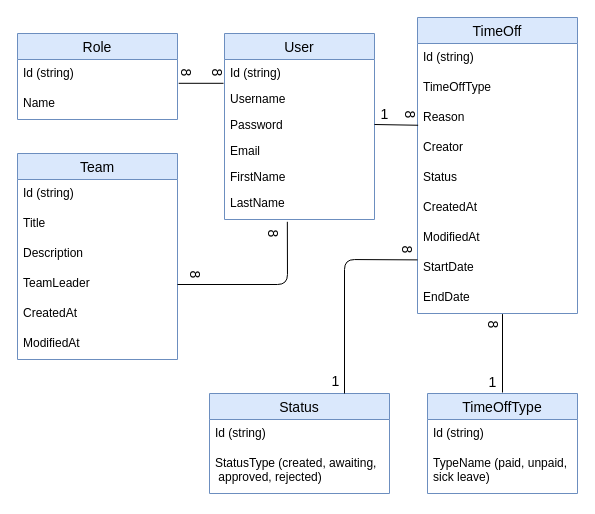
Above: Final Project/WorkforceManagement.drawio in todordiklich/ScaleFocus (draw.io), before the change. Source tidied: cells renumbered, new cells numbered last; positions are measured from the earlier drawing's top-left corner, leaving out a move shared by most shapes. Both pictures are drawn from the tidied source at 100%, with x=0, y=0 at pixel (17, 17).
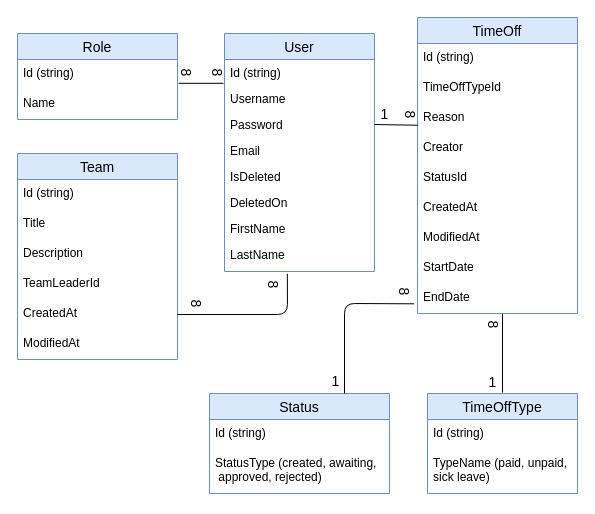
The same diagram, later.

Unchanged cells that the change refers to:
```xml
<mxCell id="9" value="Team" style="swimlane;fontStyle=0;horizontal=1;startSize=26;align=center;fontSize=14;fillColor=#dae8fc;strokeColor=#6c8ebf;" parent="1" vertex="1">
  <mxGeometry y="136" width="160" height="206" as="geometry" />
</mxCell>
<mxCell id="14" value="CreatedAt" style="text;strokeColor=none;fillColor=none;spacingLeft=4;spacingRight=4;overflow=hidden;points=[[0,0.5],[1,0.5]];portConstraint=eastwest;fontSize=12;" parent="9" vertex="1">
  <mxGeometry y="146" width="160" height="30" as="geometry" />
</mxCell>
<mxCell id="16" value="TimeOff" style="swimlane;fontStyle=0;horizontal=1;startSize=26;align=center;fontSize=14;fillColor=#dae8fc;strokeColor=#6c8ebf;" parent="1" vertex="1">
  <mxGeometry x="400" width="160" height="296" as="geometry" />
</mxCell>
<mxCell id="24" value="StartDate" style="text;strokeColor=none;fillColor=none;spacingLeft=4;spacingRight=4;overflow=hidden;points=[[0,0.5],[1,0.5]];portConstraint=eastwest;fontSize=12;" parent="16" vertex="1">
  <mxGeometry y="236" width="160" height="30" as="geometry" />
</mxCell>
<mxCell id="25" value="EndDate" style="text;strokeColor=none;fillColor=none;spacingLeft=4;spacingRight=4;overflow=hidden;points=[[0,0.5],[1,0.5]];portConstraint=eastwest;fontSize=12;" parent="16" vertex="1">
  <mxGeometry y="266" width="160" height="30" as="geometry" />
</mxCell>
<mxCell id="29" value="Status" style="swimlane;fontStyle=0;horizontal=1;startSize=26;align=center;fontSize=14;fillColor=#dae8fc;strokeColor=#6c8ebf;" parent="1" vertex="1">
  <mxGeometry x="192" y="376" width="180" height="100" as="geometry" />
</mxCell>
```

What changed in the source:
```diff
@@
     <mxCell id="2" value="User" style="swimlane;fontStyle=0;horizontal=1;startSize=26;fillColor=#dae8fc;verticalAlign=middle;fontSize=14;strokeColor=#6c8ebf;" parent="1" vertex="1">
-      <mxGeometry x="207" y="16" width="150" height="186" as="geometry" />
+      <mxGeometry x="207" y="16" width="150" height="238" as="geometry" />
     </mxCell>
@@
-    <mxCell id="7" value="FirstName" style="text;strokeColor=none;fillColor=none;align=left;verticalAlign=top;spacingLeft=4;spacingRight=4;overflow=hidden;" parent="2" vertex="1">
+    <mxCell id="7" value="IsDeleted" style="text;strokeColor=none;fillColor=none;align=left;verticalAlign=top;spacingLeft=4;spacingRight=4;overflow=hidden;" parent="2" vertex="1">
       <mxGeometry y="130" width="150" height="26" as="geometry" />
     </mxCell>
+    <mxCell id="50" value="DeletedOn" style="text;strokeColor=none;fillColor=none;align=left;verticalAlign=top;spacingLeft=4;spacingRight=4;overflow=hidden;" parent="2" vertex="1">
+      <mxGeometry y="156" width="150" height="26" as="geometry" />
+    </mxCell>
+    <mxCell id="51" value="FirstName" style="text;strokeColor=none;fillColor=none;align=left;verticalAlign=top;spacingLeft=4;spacingRight=4;overflow=hidden;" parent="2" vertex="1">
+      <mxGeometry y="182" width="150" height="26" as="geometry" />
+    </mxCell>
     <mxCell id="8" value="LastName" style="text;strokeColor=none;fillColor=none;align=left;verticalAlign=top;spacingLeft=4;spacingRight=4;overflow=hidden;points=[[0,0.5],[1,0.5]];portConstraint=eastwest;" parent="2" vertex="1">
-      <mxGeometry y="156" width="150" height="30" as="geometry" />
+      <mxGeometry y="208" width="150" height="30" as="geometry" />
     </mxCell>
@@
-    <mxCell id="13" value="TeamLeader" style="text;strokeColor=none;fillColor=none;spacingLeft=4;spacingRight=4;overflow=hidden;points=[[0,0.5],[1,0.5]];portConstraint=eastwest;fontSize=12;" parent="9" vertex="1">
+    <mxCell id="13" value="TeamLeaderId" style="text;strokeColor=none;fillColor=none;spacingLeft=4;spacingRight=4;overflow=hidden;points=[[0,0.5],[1,0.5]];portConstraint=eastwest;fontSize=12;" parent="9" vertex="1">
       <mxGeometry y="116" width="160" height="30" as="geometry" />
     </mxCell>
@@
-    <mxCell id="18" value="TimeOffType" style="text;strokeColor=none;fillColor=none;spacingLeft=4;spacingRight=4;overflow=hidden;fontSize=12;" parent="16" vertex="1">
+    <mxCell id="18" value="TimeOffTypeId" style="text;strokeColor=none;fillColor=none;spacingLeft=4;spacingRight=4;overflow=hidden;fontSize=12;" parent="16" vertex="1">
       <mxGeometry y="56" width="160" height="30" as="geometry" />
     </mxCell>
@@
-    <mxCell id="21" value="Status" style="text;strokeColor=none;fillColor=none;spacingLeft=4;spacingRight=4;overflow=hidden;fontSize=12;" parent="16" vertex="1">
+    <mxCell id="21" value="StatusId" style="text;strokeColor=none;fillColor=none;spacingLeft=4;spacingRight=4;overflow=hidden;fontSize=12;" parent="16" vertex="1">
       <mxGeometry y="146" width="160" height="30" as="geometry" />
     </mxCell>
@@
-    <mxCell id="35" style="endArrow=none;html=1;fontSize=12;exitX=1;exitY=0.5;exitDx=0;exitDy=0;entryX=0.419;entryY=1.077;entryDx=0;entryDy=0;entryPerimeter=0;" parent="1" edge="1" source="13" target="8">
+    <mxCell id="35" style="endArrow=none;html=1;fontSize=12;exitX=1;exitY=0.5;exitDx=0;exitDy=0;entryX=0.419;entryY=1.077;entryDx=0;entryDy=0;entryPerimeter=0;" parent="1" edge="1" source="14" target="8">
       <mxGeometry relative="1" as="geometry">
         <Array as="points">
-          <mxPoint x="270" y="267" />
+          <mxPoint x="270" y="297" />
         </Array>
       </mxGeometry>
     </mxCell>
-    <mxCell id="36" style="endArrow=none;html=1;fontSize=24;fontColor=#000000;exitX=0.75;exitY=0;exitDx=0;exitDy=0;entryX=0;entryY=0.213;entryDx=0;entryDy=0;entryPerimeter=0;" parent="1" edge="1" source="29" target="24">
+    <mxCell id="36" style="endArrow=none;html=1;fontSize=24;fontColor=#000000;exitX=0.75;exitY=0;exitDx=0;exitDy=0;entryX=-0.021;entryY=0.677;entryDx=0;entryDy=0;entryPerimeter=0;" parent="1" edge="1" source="29" target="25">
       <mxGeometry relative="1" as="geometry">
         <Array as="points">
-          <mxPoint x="327" y="242" />
+          <mxPoint x="327" y="286" />
         </Array>
       </mxGeometry>
     </mxCell>
     <mxCell id="37" value="&lt;font style=&quot;font-size: 14px&quot;&gt;8&lt;/font&gt;" style="text;html=1;align=center;verticalAlign=middle;fontSize=24;fontColor=#000000;rotation=90;" parent="1" vertex="1">
-      <mxGeometry x="171" y="237" width="20" height="40" as="geometry" />
+      <mxGeometry x="172" y="266" width="20" height="40" as="geometry" />
     </mxCell>
     <mxCell id="38" value="&lt;font style=&quot;font-size: 14px&quot;&gt;8&lt;/font&gt;" style="text;html=1;align=center;verticalAlign=middle;fontSize=24;fontColor=#000000;rotation=90;" parent="1" vertex="1">
-      <mxGeometry x="249" y="196" width="20" height="40" as="geometry" />
+      <mxGeometry x="249" y="247" width="20" height="40" as="geometry" />
     </mxCell>
@@
     <mxCell id="46" value="&lt;font style=&quot;font-size: 14px&quot;&gt;8&lt;/font&gt;" style="text;html=1;align=center;verticalAlign=middle;fontSize=24;fontColor=#000000;rotation=90;" parent="1" vertex="1">
-      <mxGeometry x="383" y="212" width="20" height="40" as="geometry" />
+      <mxGeometry x="380" y="254" width="20" height="40" as="geometry" />
     </mxCell>
```
